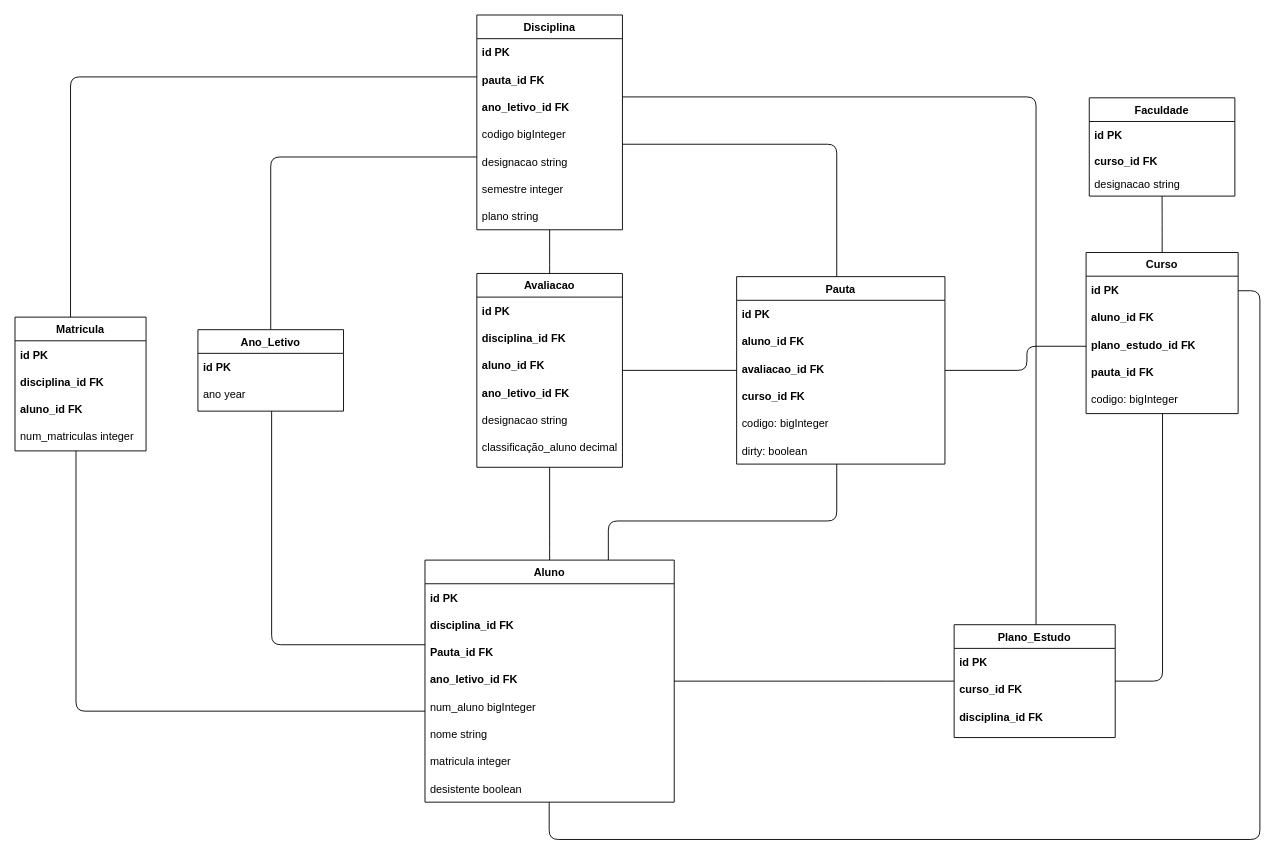
Before: page "DB" (2 of 2) of Docs/Diagrams.drawio in ruimpcastro/pweb2022, a draw.io diagram. Source tidied: cells renumbered, new cells numbered last; positions are measured from the earlier drawing's top-left corner, leaving out a move shared by most shapes. Both pictures are drawn from the tidied source at 91%, with x=0, y=0 at pixel (15, 15).
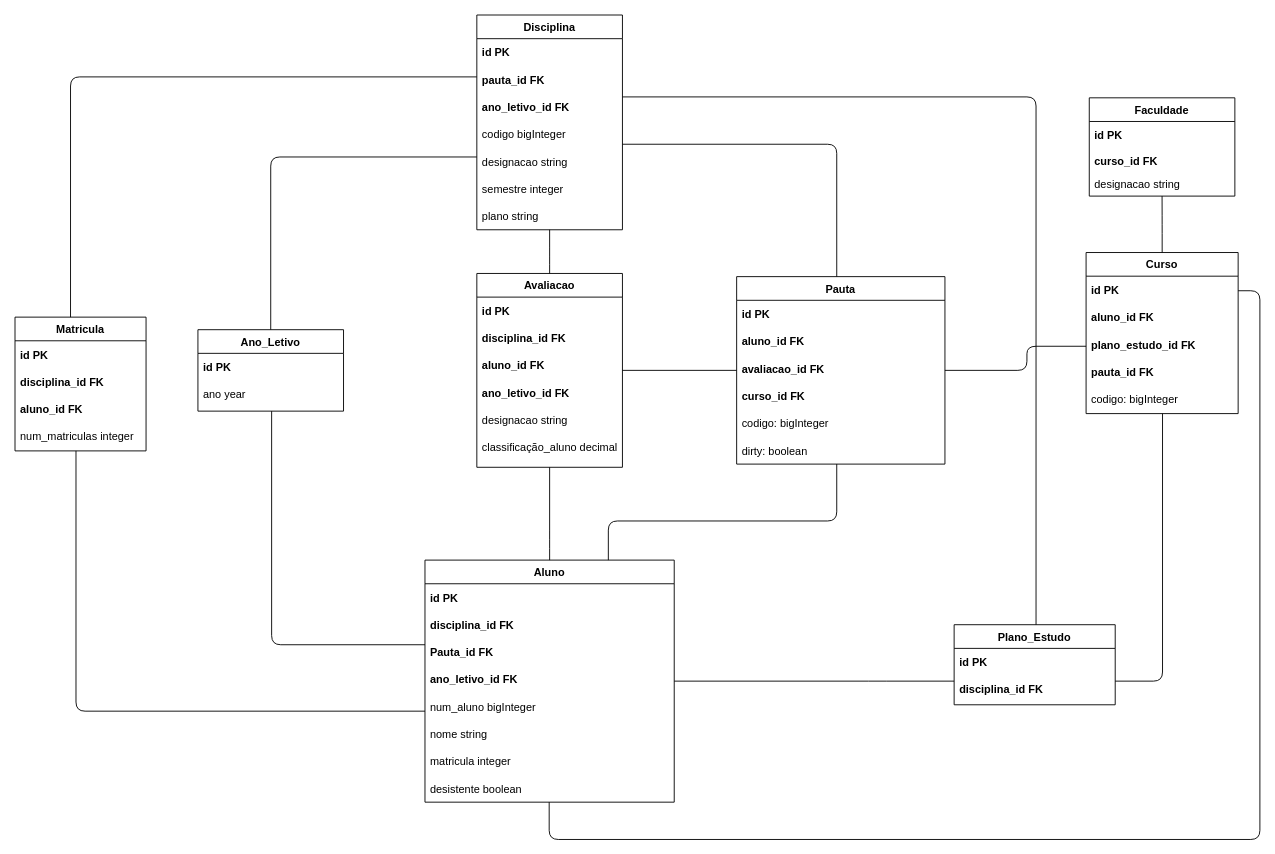
After the change.

Diff of the diagram source:
```diff
@@
     <mxCell id="25" value="Plano_Estudo" style="swimlane;fontStyle=1;align=center;verticalAlign=top;horizontal=1;startSize=26;shadow=0;strokeWidth=1;rounded=0;sketch=0;labelBackgroundColor=default;" parent="1" vertex="1">
-      <mxGeometry x="1032" y="670" width="177" height="124" as="geometry" />
+      <mxGeometry x="1032" y="670" width="177" height="88" as="geometry" />
     </mxCell>
@@
-    <mxCell id="27" value="curso_id FK" style="text;strokeColor=none;fillColor=none;align=left;verticalAlign=middle;spacingLeft=4;spacingRight=4;overflow=hidden;rounded=1;fontStyle=1;shadow=0;" parent="25" vertex="1">
-      <mxGeometry y="56" width="177" height="30" as="geometry" />
-    </mxCell>
     <mxCell id="28" value="disciplina_id FK" style="text;strokeColor=none;fillColor=none;align=left;verticalAlign=middle;spacingLeft=4;spacingRight=4;overflow=hidden;rounded=1;fontStyle=1;shadow=0;" parent="25" vertex="1">
-      <mxGeometry y="86" width="177" height="30" as="geometry" />
+      <mxGeometry y="56" width="177" height="30" as="geometry" />
     </mxCell>
```
